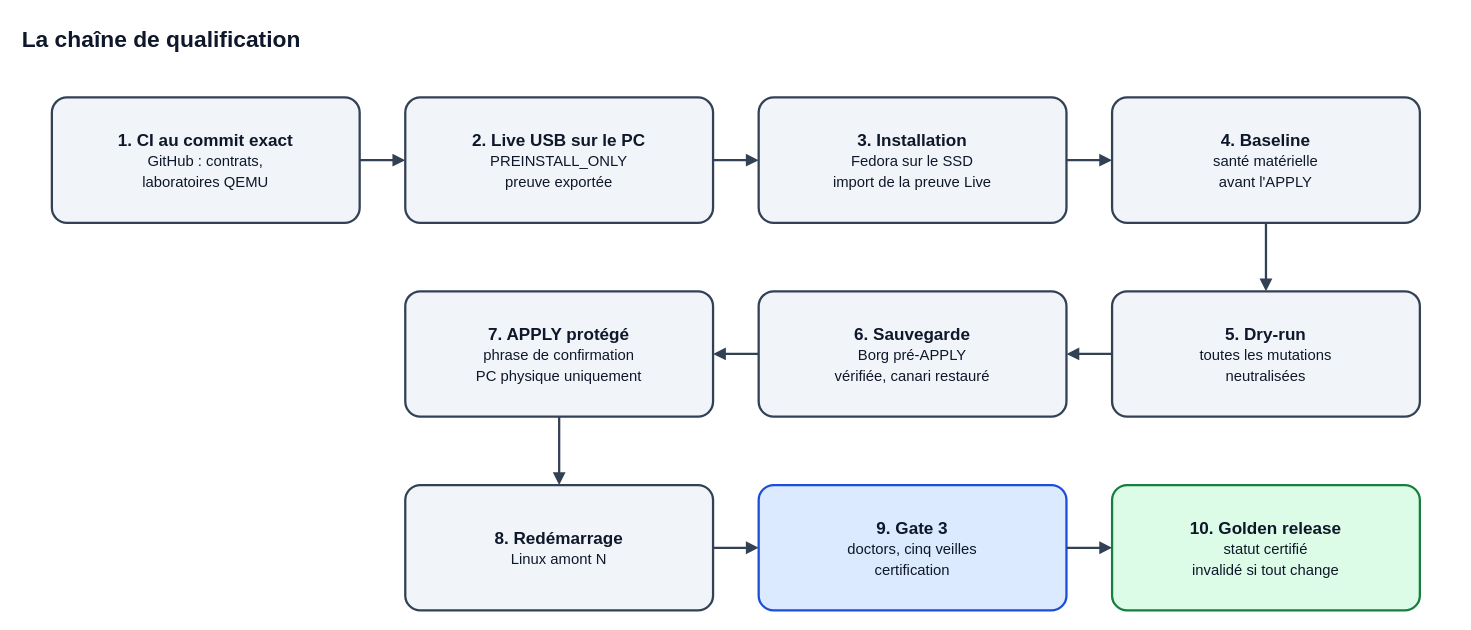
Above: docs/assets/diagrams/chaine-qualification.drawio in mathiasseguincadiche/FEDORA_GNOME_CUSTOM (draw.io), before the change. Source tidied: cells renumbered, new cells numbered last; positions are measured from the earlier drawing's top-left corner, leaving out a move shared by most shapes. Both pictures are drawn from the tidied source at 114%, with x=0, y=0 at pixel (19, 19).
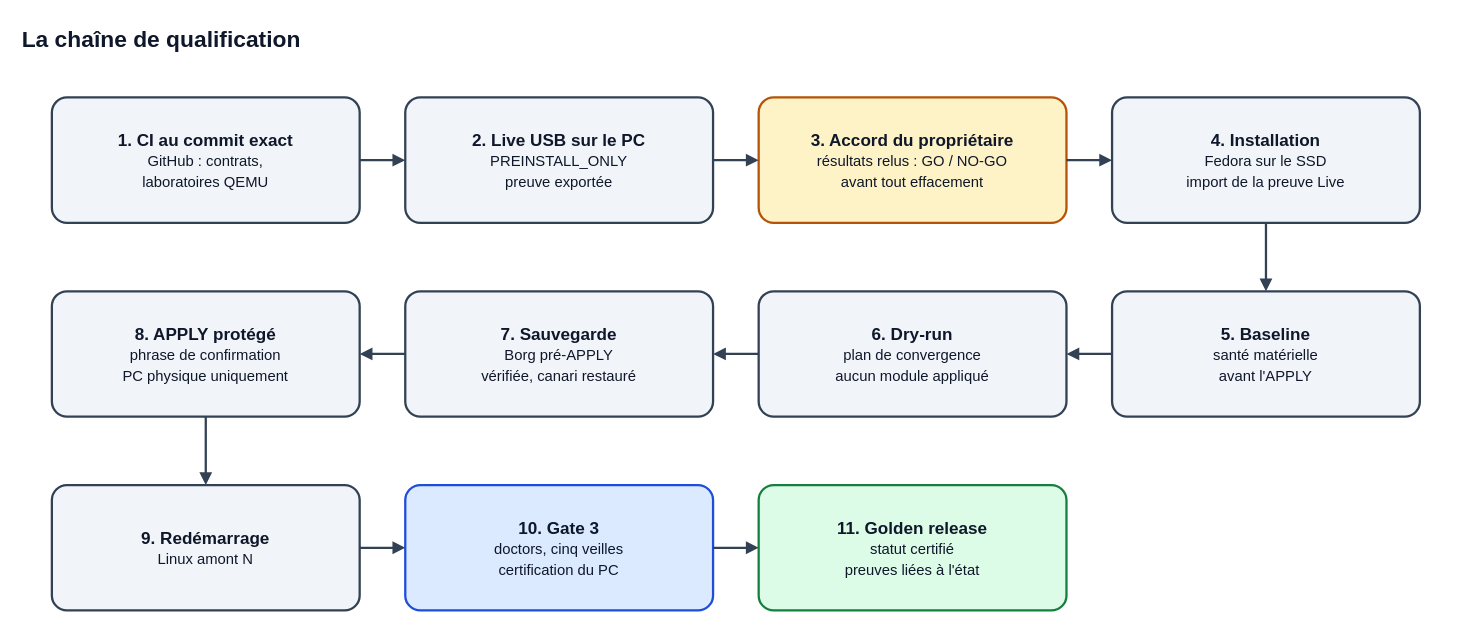
After the change.

The edit, as a diff of the source:
```diff
@@
-    <mxCell id="5" value="&lt;b&gt;3. Installation&lt;/b&gt;&lt;br&gt;&lt;span style=&quot;font-size:13px&quot;&gt;Fedora sur le SSD&lt;/span&gt;&lt;br&gt;&lt;span style=&quot;font-size:13px&quot;&gt;import de la preuve Live&lt;/span&gt;" style="rounded=1;arcSize=12;whiteSpace=wrap;html=1;fillColor=#F1F5F9;strokeColor=#334155;strokeWidth=2;fontColor=#0F172A;fontSize=15;fontFamily=Arial;" parent="1" vertex="1">
+    <mxCell id="5" value="&lt;b&gt;3. Accord du propriétaire&lt;/b&gt;&lt;br&gt;&lt;span style=&quot;font-size:13px&quot;&gt;résultats relus : GO / NO-GO&lt;/span&gt;&lt;br&gt;&lt;span style=&quot;font-size:13px&quot;&gt;avant tout effacement&lt;/span&gt;" style="rounded=1;arcSize=12;whiteSpace=wrap;html=1;fillColor=#FEF3C7;strokeColor=#B45309;strokeWidth=2;fontColor=#0F172A;fontSize=15;fontFamily=Arial;" parent="1" vertex="1">
       <mxGeometry x="648" y="68" width="270" height="110" as="geometry" />
     </mxCell>
-    <mxCell id="6" value="&lt;b&gt;4. Baseline&lt;/b&gt;&lt;br&gt;&lt;span style=&quot;font-size:13px&quot;&gt;santé matérielle&lt;/span&gt;&lt;br&gt;&lt;span style=&quot;font-size:13px&quot;&gt;avant l&amp;#x27;APPLY&lt;/span&gt;" style="rounded=1;arcSize=12;whiteSpace=wrap;html=1;fillColor=#F1F5F9;strokeColor=#334155;strokeWidth=2;fontColor=#0F172A;fontSize=15;fontFamily=Arial;" parent="1" vertex="1">
+    <mxCell id="6" value="&lt;b&gt;4. Installation&lt;/b&gt;&lt;br&gt;&lt;span style=&quot;font-size:13px&quot;&gt;Fedora sur le SSD&lt;/span&gt;&lt;br&gt;&lt;span style=&quot;font-size:13px&quot;&gt;import de la preuve Live&lt;/span&gt;" style="rounded=1;arcSize=12;whiteSpace=wrap;html=1;fillColor=#F1F5F9;strokeColor=#334155;strokeWidth=2;fontColor=#0F172A;fontSize=15;fontFamily=Arial;" parent="1" vertex="1">
       <mxGeometry x="958" y="68" width="270" height="110" as="geometry" />
     </mxCell>
-    <mxCell id="7" value="&lt;b&gt;5. Dry-run&lt;/b&gt;&lt;br&gt;&lt;span style=&quot;font-size:13px&quot;&gt;toutes les mutations&lt;/span&gt;&lt;br&gt;&lt;span style=&quot;font-size:13px&quot;&gt;neutralisées&lt;/span&gt;" style="rounded=1;arcSize=12;whiteSpace=wrap;html=1;fillColor=#F1F5F9;strokeColor=#334155;strokeWidth=2;fontColor=#0F172A;fontSize=15;fontFamily=Arial;" parent="1" vertex="1">
+    <mxCell id="7" value="&lt;b&gt;5. Baseline&lt;/b&gt;&lt;br&gt;&lt;span style=&quot;font-size:13px&quot;&gt;santé matérielle&lt;/span&gt;&lt;br&gt;&lt;span style=&quot;font-size:13px&quot;&gt;avant l&amp;#x27;APPLY&lt;/span&gt;" style="rounded=1;arcSize=12;whiteSpace=wrap;html=1;fillColor=#F1F5F9;strokeColor=#334155;strokeWidth=2;fontColor=#0F172A;fontSize=15;fontFamily=Arial;" parent="1" vertex="1">
       <mxGeometry x="958" y="238" width="270" height="110" as="geometry" />
     </mxCell>
-    <mxCell id="8" value="&lt;b&gt;6. Sauvegarde&lt;/b&gt;&lt;br&gt;&lt;span style=&quot;font-size:13px&quot;&gt;Borg pré-APPLY&lt;/span&gt;&lt;br&gt;&lt;span style=&quot;font-size:13px&quot;&gt;vérifiée, canari restauré&lt;/span&gt;" style="rounded=1;arcSize=12;whiteSpace=wrap;html=1;fillColor=#F1F5F9;strokeColor=#334155;strokeWidth=2;fontColor=#0F172A;fontSize=15;fontFamily=Arial;" parent="1" vertex="1">
+    <mxCell id="8" value="&lt;b&gt;6. Dry-run&lt;/b&gt;&lt;br&gt;&lt;span style=&quot;font-size:13px&quot;&gt;plan de convergence&lt;/span&gt;&lt;br&gt;&lt;span style=&quot;font-size:13px&quot;&gt;aucun module appliqué&lt;/span&gt;" style="rounded=1;arcSize=12;whiteSpace=wrap;html=1;fillColor=#F1F5F9;strokeColor=#334155;strokeWidth=2;fontColor=#0F172A;fontSize=15;fontFamily=Arial;" parent="1" vertex="1">
       <mxGeometry x="648" y="238" width="270" height="110" as="geometry" />
     </mxCell>
-    <mxCell id="9" value="&lt;b&gt;7. APPLY protégé&lt;/b&gt;&lt;br&gt;&lt;span style=&quot;font-size:13px&quot;&gt;phrase de confirmation&lt;/span&gt;&lt;br&gt;&lt;span style=&quot;font-size:13px&quot;&gt;PC physique uniquement&lt;/span&gt;" style="rounded=1;arcSize=12;whiteSpace=wrap;html=1;fillColor=#F1F5F9;strokeColor=#334155;strokeWidth=2;fontColor=#0F172A;fontSize=15;fontFamily=Arial;" parent="1" vertex="1">
+    <mxCell id="9" value="&lt;b&gt;7. Sauvegarde&lt;/b&gt;&lt;br&gt;&lt;span style=&quot;font-size:13px&quot;&gt;Borg pré-APPLY&lt;/span&gt;&lt;br&gt;&lt;span style=&quot;font-size:13px&quot;&gt;vérifiée, canari restauré&lt;/span&gt;" style="rounded=1;arcSize=12;whiteSpace=wrap;html=1;fillColor=#F1F5F9;strokeColor=#334155;strokeWidth=2;fontColor=#0F172A;fontSize=15;fontFamily=Arial;" parent="1" vertex="1">
       <mxGeometry x="338" y="238" width="270" height="110" as="geometry" />
     </mxCell>
-    <mxCell id="10" value="&lt;b&gt;8. Redémarrage&lt;/b&gt;&lt;br&gt;&lt;span style=&quot;font-size:13px&quot;&gt;Linux amont N&lt;/span&gt;" style="rounded=1;arcSize=12;whiteSpace=wrap;html=1;fillColor=#F1F5F9;strokeColor=#334155;strokeWidth=2;fontColor=#0F172A;fontSize=15;fontFamily=Arial;" parent="1" vertex="1">
-      <mxGeometry x="338" y="408" width="270" height="110" as="geometry" />
+    <mxCell id="10" value="&lt;b&gt;8. APPLY protégé&lt;/b&gt;&lt;br&gt;&lt;span style=&quot;font-size:13px&quot;&gt;phrase de confirmation&lt;/span&gt;&lt;br&gt;&lt;span style=&quot;font-size:13px&quot;&gt;PC physique uniquement&lt;/span&gt;" style="rounded=1;arcSize=12;whiteSpace=wrap;html=1;fillColor=#F1F5F9;strokeColor=#334155;strokeWidth=2;fontColor=#0F172A;fontSize=15;fontFamily=Arial;" parent="1" vertex="1">
+      <mxGeometry x="28" y="238" width="270" height="110" as="geometry" />
     </mxCell>
-    <mxCell id="11" value="&lt;b&gt;9. Gate 3&lt;/b&gt;&lt;br&gt;&lt;span style=&quot;font-size:13px&quot;&gt;doctors, cinq veilles&lt;/span&gt;&lt;br&gt;&lt;span style=&quot;font-size:13px&quot;&gt;certification&lt;/span&gt;" style="rounded=1;arcSize=12;whiteSpace=wrap;html=1;fillColor=#DBEAFE;strokeColor=#1D4ED8;strokeWidth=2;fontColor=#0F172A;fontSize=15;fontFamily=Arial;" parent="1" vertex="1">
-      <mxGeometry x="648" y="408" width="270" height="110" as="geometry" />
+    <mxCell id="11" value="&lt;b&gt;9. Redémarrage&lt;/b&gt;&lt;br&gt;&lt;span style=&quot;font-size:13px&quot;&gt;Linux amont N&lt;/span&gt;" style="rounded=1;arcSize=12;whiteSpace=wrap;html=1;fillColor=#F1F5F9;strokeColor=#334155;strokeWidth=2;fontColor=#0F172A;fontSize=15;fontFamily=Arial;" parent="1" vertex="1">
+      <mxGeometry x="28" y="408" width="270" height="110" as="geometry" />
     </mxCell>
-    <mxCell id="12" value="&lt;b&gt;10. Golden release&lt;/b&gt;&lt;br&gt;&lt;span style=&quot;font-size:13px&quot;&gt;statut certifié&lt;/span&gt;&lt;br&gt;&lt;span style=&quot;font-size:13px&quot;&gt;invalidé si tout change&lt;/span&gt;" style="rounded=1;arcSize=12;whiteSpace=wrap;html=1;fillColor=#DCFCE7;strokeColor=#15803D;strokeWidth=2;fontColor=#0F172A;fontSize=15;fontFamily=Arial;" parent="1" vertex="1">
-      <mxGeometry x="958" y="408" width="270" height="110" as="geometry" />
+    <mxCell id="12" value="&lt;b&gt;10. Gate 3&lt;/b&gt;&lt;br&gt;&lt;span style=&quot;font-size:13px&quot;&gt;doctors, cinq veilles&lt;/span&gt;&lt;br&gt;&lt;span style=&quot;font-size:13px&quot;&gt;certification du PC&lt;/span&gt;" style="rounded=1;arcSize=12;whiteSpace=wrap;html=1;fillColor=#DBEAFE;strokeColor=#1D4ED8;strokeWidth=2;fontColor=#0F172A;fontSize=15;fontFamily=Arial;" parent="1" vertex="1">
+      <mxGeometry x="338" y="408" width="270" height="110" as="geometry" />
     </mxCell>
+    <mxCell id="22" value="&lt;b&gt;11. Golden release&lt;/b&gt;&lt;br&gt;&lt;span style=&quot;font-size:13px&quot;&gt;statut certifié&lt;/span&gt;&lt;br&gt;&lt;span style=&quot;font-size:13px&quot;&gt;preuves liées à l&amp;#x27;état&lt;/span&gt;" style="rounded=1;arcSize=12;whiteSpace=wrap;html=1;fillColor=#DCFCE7;strokeColor=#15803D;strokeWidth=2;fontColor=#0F172A;fontSize=15;fontFamily=Arial;" parent="1" vertex="1">
+      <mxGeometry x="648" y="408" width="270" height="110" as="geometry" />
+    </mxCell>
@@
-    <mxCell id="19" style="endArrow=block;endFill=1;html=1;strokeColor=#334155;strokeWidth=2;fontColor=#0F172A;fontSize=12;fontStyle=2;fontFamily=Arial;labelBackgroundColor=#FFFFFF;exitX=0.5000;exitY=1.0000;exitDx=0;exitDy=0;entryX=0.5000;entryY=0.0000;entryDx=0;entryDy=0;" parent="1" edge="1" source="9" target="10">
+    <mxCell id="19" style="endArrow=block;endFill=1;html=1;strokeColor=#334155;strokeWidth=2;fontColor=#0F172A;fontSize=12;fontStyle=2;fontFamily=Arial;labelBackgroundColor=#FFFFFF;exitX=0.0000;exitY=0.5000;exitDx=0;exitDy=0;entryX=1.0000;entryY=0.5000;entryDx=0;entryDy=0;" parent="1" edge="1" source="9" target="10">
       <mxGeometry relative="1" as="geometry" />
     </mxCell>
-    <mxCell id="20" style="endArrow=block;endFill=1;html=1;strokeColor=#334155;strokeWidth=2;fontColor=#0F172A;fontSize=12;fontStyle=2;fontFamily=Arial;labelBackgroundColor=#FFFFFF;exitX=1.0000;exitY=0.5000;exitDx=0;exitDy=0;entryX=0.0000;entryY=0.5000;entryDx=0;entryDy=0;" parent="1" edge="1" source="10" target="11">
+    <mxCell id="20" style="endArrow=block;endFill=1;html=1;strokeColor=#334155;strokeWidth=2;fontColor=#0F172A;fontSize=12;fontStyle=2;fontFamily=Arial;labelBackgroundColor=#FFFFFF;exitX=0.5000;exitY=1.0000;exitDx=0;exitDy=0;entryX=0.5000;entryY=0.0000;entryDx=0;entryDy=0;" parent="1" edge="1" source="10" target="11">
       <mxGeometry relative="1" as="geometry" />
     </mxCell>
@@
+    <mxCell id="23" style="endArrow=block;endFill=1;html=1;strokeColor=#334155;strokeWidth=2;fontColor=#0F172A;fontSize=12;fontStyle=2;fontFamily=Arial;labelBackgroundColor=#FFFFFF;exitX=1.0000;exitY=0.5000;exitDx=0;exitDy=0;entryX=0.0000;entryY=0.5000;entryDx=0;entryDy=0;" parent="1" edge="1" source="12" target="22">
+      <mxGeometry relative="1" as="geometry" />
+    </mxCell>
```
